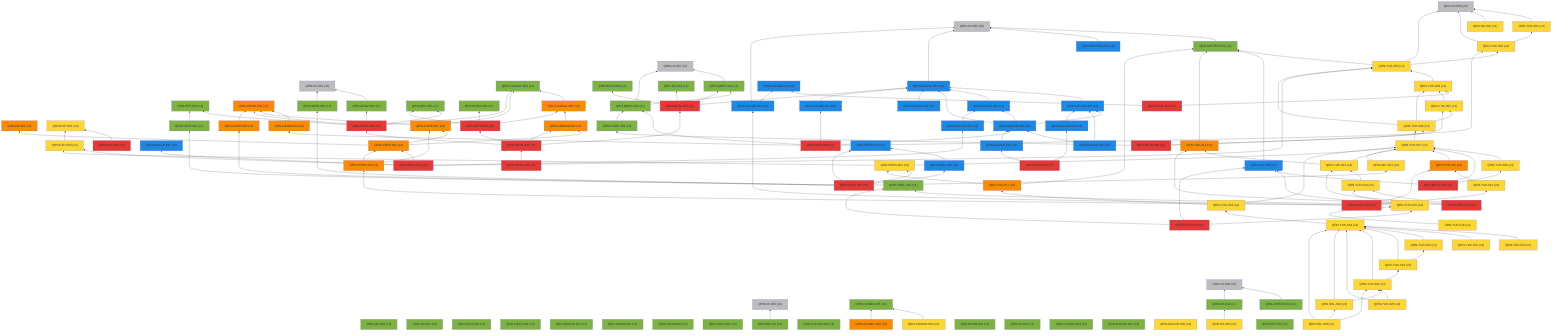
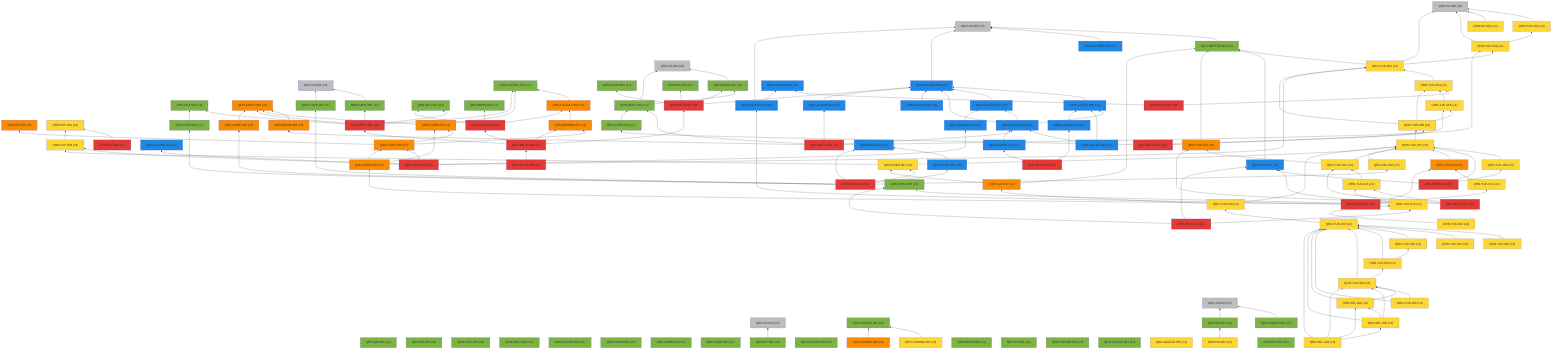
%% 自動生成 (dag/report.pl) — QRN 主張依存グラフ
graph BT
  QRN_C0_001["QRN-C0-001 (c0)"]:::c0
  QRN_C0_002["QRN-C0-002 (c0)"]:::c0
  QRN_C0_003["QRN-C0-003 (c0)"]:::c0
  QRN_C0_004["QRN-C0-004 (c0)"]:::c0
  QRN_C0_005["QRN-C0-005 (c0)"]:::c0
  QRN_C0_006["QRN-C0-006 (c0)"]:::c0
  QRN_QM_001["QRN-QM-001 (c1)"]:::c1
  QRN_GR_001["QRN-GR-001 (c1)"]:::c1
  QRN_STAT_001["QRN-STAT-001 (c1)"]:::c1
  QRN_FIELD_001["QRN-FIELD-001 (c1)"]:::c1
  QRN_GAUGE_001["QRN-GAUGE-001 (c1)"]:::c1
  QRN_ENT_001["QRN-ENT-001 (c1)"]:::c1
  QRN_GEOM_001["QRN-GEOM-001 (c1)"]:::c1
  QRN_GEOM_002["QRN-GEOM-002 (c1)"]:::c1
  QRN_GEOM_003["QRN-GEOM-003 (c3)"]:::c3
  QRN_GRAV_001["QRN-GRAV-001 (c1)"]:::c1
  QRN_GRAV_002["QRN-GRAV-002 (c1)"]:::c1
  QRN_BH_001["QRN-BH-001 (c1)"]:::c1
  QRN_CAUSAL_001["QRN-CAUSAL-001 (c1)"]:::c1
  QRN_CAUSAL_002["QRN-CAUSAL-002 (c3)"]:::c3
  QRN_ER_001["QRN-ER-001 (c3)"]:::c3
  QRN_QEC_001["QRN-QEC-001 (c1)"]:::c1
  QRN_GAUGE_002["QRN-GAUGE-002 (c1)"]:::c1
  QRN_COSMO_001["QRN-COSMO-001 (c1)"]:::c1
  QRN_COSMO_002["QRN-COSMO-002 (c4)"]:::c4
  QRN_COSMO_003["QRN-COSMO-003 (c3)"]:::c3
  QRN_BORN_001["QRN-BORN-001 (c1)"]:::c1
  QRN_BORN_002["QRN-BORN-002 (c1)"]:::c1
  QRN_GRAV_003["QRN-GRAV-003 (c1)"]:::c1
  QRN_KK_001["QRN-KK-001 (c1)"]:::c1
  QRN_MATTER_001["QRN-MATTER-001 (c1)"]:::c1
  QRN_MATTER_002["QRN-MATTER-002 (c2)"]:::c2
  QRN_COSMO_004["QRN-COSMO-004 (c1)"]:::c1
  QRN_EXP_001["QRN-EXP-001 (c4)"]:::c4
  QRN_GAUGE_003["QRN-GAUGE-003 (c2)"]:::c2
  QRN_GAUGE_004["QRN-GAUGE-004 (c1)"]:::c1
  QRN_GAUGE_005["QRN-GAUGE-005 (c4)"]:::c4
  QRN_YUK_001["QRN-YUK-001 (c4)"]:::c4
  QRN_RG_001["QRN-RG-001 (c1)"]:::c1
  QRN_UNRUH_001["QRN-UNRUH-001 (c1)"]:::c1
  QRN_QNEC_001["QRN-QNEC-001 (c1)"]:::c1
  QRN_NU_001["QRN-NU-001 (c4)"]:::c4
  QRN_GAUGE_006["QRN-GAUGE-006 (c2)"]:::c2
  QRN_DS_001["QRN-DS-001 (c1)"]:::c1
  QRN_DS_002["QRN-DS-002 (c4)"]:::c4
  QRN_ARROW_001["QRN-ARROW-001 (c3)"]:::c3
  QRN_GAUGE_007["QRN-GAUGE-007 (c2)"]:::c2
  QRN_EFT_001["QRN-EFT-001 (c1)"]:::c1
  QRN_GAUGE_008["QRN-GAUGE-008 (c2)"]:::c2
  QRN_GAUGE_009["QRN-GAUGE-009 (c2)"]:::c2
  QRN_GAUGE_010["QRN-GAUGE-010 (c2)"]:::c2
  QRN_QNEC_002["QRN-QNEC-002 (c1)"]:::c1
  QRN_GEOM_004["QRN-GEOM-004 (c3)"]:::c3
  QRN_YUK_002["QRN-YUK-002 (c4)"]:::c4
  QRN_EXP_002["QRN-EXP-002 (c5)"]:::c5
  QRN_CORE_001["QRN-CORE-001 (c3)"]:::c3
  QRN_GAUGE_011["QRN-GAUGE-011 (c2)"]:::c2
  QRN_GAUGE_012["QRN-GAUGE-012 (c2)"]:::c2
  QRN_YUK_003["QRN-YUK-003 (c4)"]:::c4
  QRN_EXP_003["QRN-EXP-003 (c4)"]:::c4
  QRN_CORE_002["QRN-CORE-002 (c3)"]:::c3
  QRN_GAUGE_013["QRN-GAUGE-013 (c2)"]:::c2
  QRN_YUK_004["QRN-YUK-004 (c4)"]:::c4
  QRN_GAUGE_014["QRN-GAUGE-014 (c2)"]:::c2
  QRN_META_001["QRN-META-001 (c5)"]:::c5
  QRN_META_002["QRN-META-002 (c5)"]:::c5
  QRN_META_003["QRN-META-003 (c5)"]:::c5
  QRN_META_004["QRN-META-004 (c5)"]:::c5
  QRN_META_005["QRN-META-005 (c5)"]:::c5
  QRN_META_006["QRN-META-006 (c5)"]:::c5
  QRN_META_007["QRN-META-007 (c5)"]:::c5
  QRN_META_008["QRN-META-008 (c5)"]:::c5
  QRN_YUK_005["QRN-YUK-005 (c4)"]:::c4
  QRN_YUK_006["QRN-YUK-006 (c4)"]:::c4
  QRN_CORE_003["QRN-CORE-003 (c1)"]:::c1
  QRN_META_009["QRN-META-009 (c5)"]:::c5
  QRN_YUK_007["QRN-YUK-007 (c4)"]:::c4
  QRN_YUK_008["QRN-YUK-008 (c4)"]:::c4
  QRN_YUK_009["QRN-YUK-009 (c2)"]:::c2
  QRN_META_010["QRN-META-010 (c5)"]:::c5
  QRN_GAUGE_015["QRN-GAUGE-015 (c2)"]:::c2
  QRN_YUK_010["QRN-YUK-010 (c3)"]:::c3
  QRN_YUK_011["QRN-YUK-011 (c4)"]:::c4
  QRN_CORE_004["QRN-CORE-004 (c3)"]:::c3
  QRN_META_011["QRN-META-011 (c5)"]:::c5
  QRN_YUK_012["QRN-YUK-012 (c3)"]:::c3
  QRN_YUK_013["QRN-YUK-013 (c4)"]:::c4
  QRN_YUK_014["QRN-YUK-014 (c4)"]:::c4
  QRN_META_012["QRN-META-012 (c5)"]:::c5
  QRN_TOOL_001["QRN-TOOL-001 (c1)"]:::c1
  QRN_YUK_015["QRN-YUK-015 (c4)"]:::c4
  QRN_META_013["QRN-META-013 (c5)"]:::c5
  QRN_GAUGE_016["QRN-GAUGE-016 (c2)"]:::c2
  QRN_GAUGE_017["QRN-GAUGE-017 (c2)"]:::c2
  QRN_META_014["QRN-META-014 (c5)"]:::c5
  QRN_META_015["QRN-META-015 (c2)"]:::c2
  QRN_TOOL_002["QRN-TOOL-002 (c2)"]:::c2
  QRN_CORE_005["QRN-CORE-005 (c3)"]:::c3
  QRN_CONT_001["QRN-CONT-001 (c1)"]:::c1
  QRN_SEL_001["QRN-SEL-001 (c4)"]:::c4
  QRN_GRAV_004["QRN-GRAV-004 (c1)"]:::c1
  QRN_PRED_001["QRN-PRED-001 (c4)"]:::c4
  QRN_META_016["QRN-META-016 (c5)"]:::c5
  QRN_YUK_016["QRN-YUK-016 (c4)"]:::c4
  QRN_YUK_017["QRN-YUK-017 (c3)"]:::c3
  QRN_YUK_018["QRN-YUK-018 (c4)"]:::c4
  QRN_YUK_019["QRN-YUK-019 (c4)"]:::c4
  QRN_YUK_020["QRN-YUK-020 (c4)"]:::c4
  QRN_YUK_021["QRN-YUK-021 (c4)"]:::c4
  QRN_YUK_022["QRN-YUK-022 (c4)"]:::c4
  QRN_YUK_023["QRN-YUK-023 (c4)"]:::c4
  QRN_YUK_024["QRN-YUK-024 (c4)"]:::c4
  QRN_YUK_025["QRN-YUK-025 (c4)"]:::c4
  QRN_SEL_002["QRN-SEL-002 (c4)"]:::c4
  QRN_SEL_003["QRN-SEL-003 (c4)"]:::c4
+   QRN_SEL_004["QRN-SEL-004 (c4)"]:::c4
  QRN_GRAV_001 --> QRN_C0_001
  QRN_BH_001 --> QRN_C0_003
  QRN_CAUSAL_002 --> QRN_CAUSAL_001
  QRN_COSMO_002 --> QRN_COSMO_001
  QRN_COSMO_003 --> QRN_COSMO_001
  QRN_MATTER_001 --> QRN_C0_005
  QRN_MATTER_002 --> QRN_C0_005
  QRN_GAUGE_003 --> QRN_C0_005
  QRN_YUK_001 --> QRN_C0_006
  QRN_UNRUH_001 --> QRN_C0_004
  QRN_QNEC_001 --> QRN_C0_002
  QRN_NU_001 --> QRN_C0_006
  QRN_GAUGE_006 --> QRN_GAUGE_003
  QRN_DS_001 --> QRN_C0_004
  QRN_DS_002 --> QRN_DS_001
  QRN_ARROW_001 --> QRN_CAUSAL_002
  QRN_GAUGE_007 --> QRN_GAUGE_003
  QRN_GAUGE_008 --> QRN_GAUGE_003
  QRN_GAUGE_008 --> QRN_GAUGE_006
  QRN_GAUGE_008 --> QRN_GAUGE_007
  QRN_GAUGE_009 --> QRN_GAUGE_003
  QRN_GAUGE_010 --> QRN_GAUGE_006
  QRN_GAUGE_010 --> QRN_GAUGE_008
  QRN_QNEC_002 --> QRN_C0_002
  QRN_QNEC_002 --> QRN_QNEC_001
  QRN_GEOM_004 --> QRN_GEOM_003
  QRN_YUK_002 --> QRN_C0_006
  QRN_YUK_002 --> QRN_YUK_001
  QRN_EXP_002 --> QRN_EXP_001
  QRN_CORE_001 --> QRN_GEOM_003
  QRN_CORE_001 --> QRN_CAUSAL_001
  QRN_GAUGE_011 --> QRN_GAUGE_003
  QRN_YUK_003 --> QRN_C0_006
  QRN_YUK_003 --> QRN_MATTER_001
  QRN_YUK_003 --> QRN_YUK_002
  QRN_EXP_003 --> QRN_EXP_001
  QRN_CORE_002 --> QRN_CORE_001
  QRN_CORE_002 --> QRN_ER_001
  QRN_CORE_002 --> QRN_ARROW_001
  QRN_GAUGE_013 --> QRN_GAUGE_007
  QRN_YUK_004 --> QRN_YUK_003
  QRN_META_001 --> QRN_GEOM_003
  QRN_META_001 --> QRN_GRAV_001
  QRN_META_001 --> QRN_CAUSAL_001
  QRN_META_001 --> QRN_QEC_001
  QRN_META_001 --> QRN_ENT_001
  QRN_META_002 --> QRN_QEC_001
  QRN_META_002 --> QRN_BORN_001
  QRN_META_002 --> QRN_CAUSAL_002
  QRN_META_003 --> QRN_GAUGE_003
  QRN_META_003 --> QRN_RG_001
  QRN_META_003 --> QRN_QNEC_001
  QRN_META_003 --> QRN_GRAV_003
  QRN_META_004 --> QRN_META_001
  QRN_META_004 --> QRN_META_002
  QRN_META_004 --> QRN_META_003
  QRN_META_004 --> QRN_ARROW_001
  QRN_META_005 --> QRN_META_004
  QRN_META_006 --> QRN_GAUGE_008
  QRN_META_006 --> QRN_QNEC_002
  QRN_META_006 --> QRN_GEOM_004
  QRN_META_006 --> QRN_YUK_002
  QRN_META_006 --> QRN_GAUGE_011
  QRN_META_007 --> QRN_GAUGE_012
  QRN_META_007 --> QRN_YUK_003
  QRN_META_007 --> QRN_EXP_003
  QRN_META_007 --> QRN_CORE_002
  QRN_META_007 --> QRN_GAUGE_013
  QRN_META_008 --> QRN_YUK_004
  QRN_META_008 --> QRN_GAUGE_014
  QRN_YUK_005 --> QRN_YUK_004
  QRN_YUK_006 --> QRN_YUK_003
  QRN_YUK_006 --> QRN_YUK_004
  QRN_YUK_006 --> QRN_YUK_005
  QRN_CORE_003 --> QRN_QNEC_002
  QRN_META_009 --> QRN_YUK_005
  QRN_META_009 --> QRN_YUK_006
  QRN_META_009 --> QRN_CORE_003
  QRN_YUK_007 --> QRN_YUK_006
  QRN_YUK_008 --> QRN_YUK_007
  QRN_YUK_009 --> QRN_MATTER_001
  QRN_META_010 --> QRN_YUK_007
  QRN_META_010 --> QRN_YUK_008
  QRN_META_010 --> QRN_YUK_009
  QRN_GAUGE_015 --> QRN_C0_005
  QRN_GAUGE_015 --> QRN_GAUGE_014
  QRN_YUK_010 --> QRN_YUK_007
  QRN_YUK_011 --> QRN_YUK_010
  QRN_CORE_004 --> QRN_CORE_001
  QRN_CORE_004 --> QRN_CORE_002
  QRN_META_011 --> QRN_GAUGE_015
  QRN_META_011 --> QRN_YUK_010
  QRN_META_011 --> QRN_YUK_011
  QRN_META_011 --> QRN_CORE_004
  QRN_YUK_012 --> QRN_MATTER_001
  QRN_YUK_013 --> QRN_YUK_012
  QRN_YUK_013 --> QRN_YUK_007
  QRN_YUK_014 --> QRN_YUK_013
  QRN_META_012 --> QRN_YUK_012
  QRN_META_012 --> QRN_YUK_013
  QRN_META_012 --> QRN_YUK_014
  QRN_YUK_015 --> QRN_YUK_014
  QRN_YUK_015 --> QRN_TOOL_001
  QRN_YUK_015 --> QRN_YUK_009
  QRN_META_013 --> QRN_YUK_015
  QRN_META_013 --> QRN_TOOL_001
  QRN_META_013 --> QRN_YUK_009
  QRN_GAUGE_016 --> QRN_GAUGE_006
  QRN_GAUGE_017 --> QRN_GAUGE_008
  QRN_META_014 --> QRN_GAUGE_016
  QRN_META_014 --> QRN_GAUGE_017
  QRN_TOOL_002 --> QRN_META_015
  QRN_CORE_005 --> QRN_GEOM_003
  QRN_CONT_001 --> QRN_ENT_001
  QRN_SEL_001 --> QRN_YUK_007
  QRN_GRAV_004 --> QRN_C0_001
  QRN_PRED_001 --> QRN_YUK_007
  QRN_PRED_001 --> QRN_EXP_003
  QRN_META_016 --> QRN_META_015
  QRN_META_016 --> QRN_TOOL_002
  QRN_META_016 --> QRN_CORE_005
  QRN_META_016 --> QRN_CONT_001
  QRN_META_016 --> QRN_SEL_001
  QRN_META_016 --> QRN_GRAV_004
  QRN_META_016 --> QRN_PRED_001
  QRN_YUK_016 --> QRN_YUK_015
  QRN_YUK_017 --> QRN_MATTER_001
  QRN_YUK_017 --> QRN_PRED_001
  QRN_YUK_018 --> QRN_YUK_017
  QRN_YUK_018 --> QRN_YUK_007
  QRN_YUK_019 --> QRN_YUK_018
  QRN_YUK_020 --> QRN_YUK_019
  QRN_YUK_021 --> QRN_YUK_019
  QRN_YUK_022 --> QRN_YUK_019
  QRN_YUK_023 --> QRN_YUK_019
  QRN_YUK_023 --> QRN_YUK_022
  QRN_YUK_024 --> QRN_YUK_019
  QRN_YUK_024 --> QRN_YUK_023
  QRN_YUK_025 --> QRN_YUK_019
  QRN_YUK_025 --> QRN_YUK_024
  QRN_SEL_002 --> QRN_YUK_019
  QRN_SEL_002 --> QRN_YUK_024
  QRN_SEL_003 --> QRN_YUK_019
  QRN_SEL_003 --> QRN_YUK_024
  QRN_SEL_003 --> QRN_SEL_002
+   QRN_SEL_004 --> QRN_YUK_019
+   QRN_SEL_004 --> QRN_YUK_024
+   QRN_SEL_004 --> QRN_SEL_002
+   QRN_SEL_004 --> QRN_SEL_003
  classDef c0 fill:#bdbdbd
  classDef c1 fill:#7cb342
  classDef c2 fill:#1e88e5
  classDef c3 fill:#fb8c00
  classDef c4 fill:#fdd835
  classDef c5 fill:#e53935
